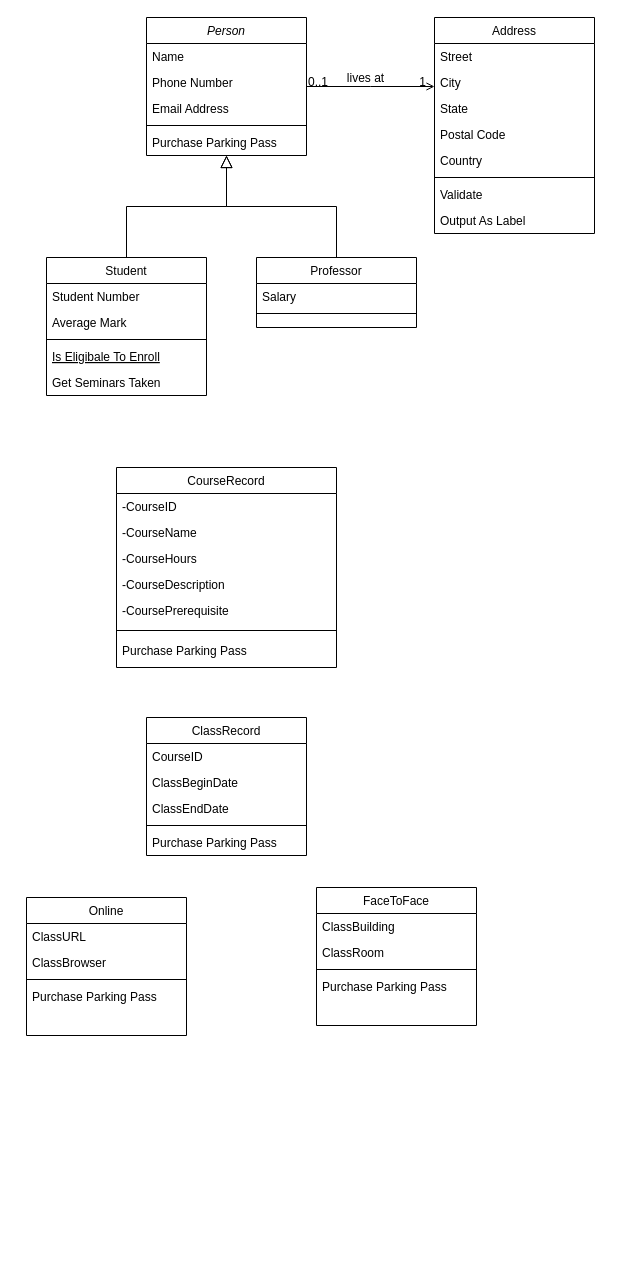
Above: 4-1-Assignment.drawio in kincaidtk901/Workspace (draw.io), before the change. Source tidied: cells renumbered, new cells numbered last; positions are measured from the earlier drawing's top-left corner, leaving out a move shared by most shapes. Both pictures are drawn from the tidied source at 100%, with x=0, y=0 at pixel (26, 17).
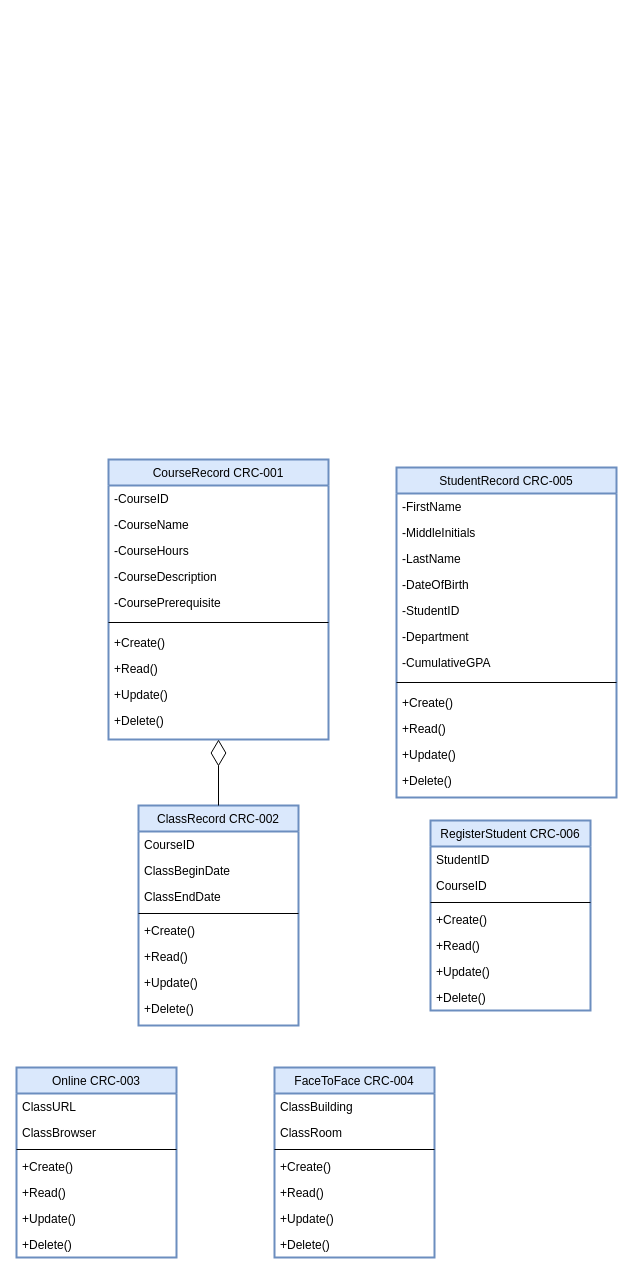
Above is the later version.

Change to the diagram source:
```diff
@@
-    <mxCell id="2" value="Person" style="swimlane;fontStyle=2;align=center;verticalAlign=top;horizontal=1;startSize=26;rounded=0;shadow=0;strokeWidth=1;" parent="1" vertex="1">
-      <mxGeometry x="120" width="160" height="138" as="geometry" />
-    </mxCell>
-    <mxCell id="3" value="Name" style="text;align=left;verticalAlign=top;spacingLeft=4;spacingRight=4;overflow=hidden;" parent="2" vertex="1">
-      <mxGeometry y="26" width="160" height="26" as="geometry" />
-    </mxCell>
-    <mxCell id="4" value="Phone Number" style="text;align=left;verticalAlign=top;spacingLeft=4;spacingRight=4;overflow=hidden;rounded=0;shadow=0;html=0;" parent="2" vertex="1">
-      <mxGeometry y="52" width="160" height="26" as="geometry" />
-    </mxCell>
-    <mxCell id="5" value="Email Address" style="text;align=left;verticalAlign=top;spacingLeft=4;spacingRight=4;overflow=hidden;rounded=0;shadow=0;html=0;" parent="2" vertex="1">
-      <mxGeometry y="78" width="160" height="26" as="geometry" />
-    </mxCell>
-    <mxCell id="6" style="line;html=1;strokeWidth=1;align=left;verticalAlign=middle;spacingTop=-1;spacingLeft=3;spacingRight=3;labelPosition=right;" parent="2" vertex="1">
-      <mxGeometry y="104" width="160" height="8" as="geometry" />
-    </mxCell>
-    <mxCell id="7" value="Purchase Parking Pass" style="text;align=left;verticalAlign=top;spacingLeft=4;spacingRight=4;overflow=hidden;" parent="2" vertex="1">
-      <mxGeometry y="112" width="160" height="26" as="geometry" />
-    </mxCell>
-    <mxCell id="8" value="Student" style="swimlane;fontStyle=0;align=center;verticalAlign=top;horizontal=1;startSize=26;rounded=0;shadow=0;strokeWidth=1;" parent="1" vertex="1">
-      <mxGeometry x="20" y="240" width="160" height="138" as="geometry" />
-    </mxCell>
-    <mxCell id="9" value="Student Number" style="text;align=left;verticalAlign=top;spacingLeft=4;spacingRight=4;overflow=hidden;" parent="8" vertex="1">
-      <mxGeometry y="26" width="160" height="26" as="geometry" />
-    </mxCell>
-    <mxCell id="10" value="Average Mark" style="text;align=left;verticalAlign=top;spacingLeft=4;spacingRight=4;overflow=hidden;rounded=0;shadow=0;html=0;" parent="8" vertex="1">
-      <mxGeometry y="52" width="160" height="26" as="geometry" />
-    </mxCell>
-    <mxCell id="11" style="line;html=1;strokeWidth=1;align=left;verticalAlign=middle;spacingTop=-1;spacingLeft=3;spacingRight=3;labelPosition=right;" parent="8" vertex="1">
-      <mxGeometry y="78" width="160" height="8" as="geometry" />
-    </mxCell>
-    <mxCell id="12" value="Is Eligibale To Enroll" style="text;align=left;verticalAlign=top;spacingLeft=4;spacingRight=4;overflow=hidden;fontStyle=4;" parent="8" vertex="1">
-      <mxGeometry y="86" width="160" height="26" as="geometry" />
-    </mxCell>
-    <mxCell id="13" value="Get Seminars Taken" style="text;align=left;verticalAlign=top;spacingLeft=4;spacingRight=4;overflow=hidden;" parent="8" vertex="1">
-      <mxGeometry y="112" width="160" height="26" as="geometry" />
-    </mxCell>
-    <mxCell id="14" style="endArrow=block;endSize=10;endFill=0;shadow=0;strokeWidth=1;rounded=0;edgeStyle=elbowEdgeStyle;elbow=vertical;" parent="1" edge="1" source="8" target="2">
-      <mxGeometry relative="1" as="geometry" />
-    </mxCell>
-    <mxCell id="15" value="Professor" style="swimlane;fontStyle=0;align=center;verticalAlign=top;horizontal=1;startSize=26;rounded=0;shadow=0;strokeWidth=1;" parent="1" vertex="1">
-      <mxGeometry x="230" y="240" width="160" height="70" as="geometry" />
-    </mxCell>
-    <mxCell id="16" value="Salary" style="text;align=left;verticalAlign=top;spacingLeft=4;spacingRight=4;overflow=hidden;" parent="15" vertex="1">
-      <mxGeometry y="26" width="160" height="26" as="geometry" />
-    </mxCell>
-    <mxCell id="17" style="line;html=1;strokeWidth=1;align=left;verticalAlign=middle;spacingTop=-1;spacingLeft=3;spacingRight=3;labelPosition=right;" parent="15" vertex="1">
-      <mxGeometry y="52" width="160" height="8" as="geometry" />
-    </mxCell>
-    <mxCell id="18" style="endArrow=block;endSize=10;endFill=0;shadow=0;strokeWidth=1;rounded=0;edgeStyle=elbowEdgeStyle;elbow=vertical;" parent="1" edge="1" source="15" target="2">
-      <mxGeometry relative="1" as="geometry" />
-    </mxCell>
-    <mxCell id="19" value="Address" style="swimlane;fontStyle=0;align=center;verticalAlign=top;horizontal=1;startSize=26;rounded=0;shadow=0;strokeWidth=1;" parent="1" vertex="1">
-      <mxGeometry x="408" width="160" height="216" as="geometry" />
-    </mxCell>
-    <mxCell id="20" value="Street" style="text;align=left;verticalAlign=top;spacingLeft=4;spacingRight=4;overflow=hidden;" parent="19" vertex="1">
-      <mxGeometry y="26" width="160" height="26" as="geometry" />
-    </mxCell>
-    <mxCell id="21" value="City" style="text;align=left;verticalAlign=top;spacingLeft=4;spacingRight=4;overflow=hidden;rounded=0;shadow=0;html=0;" parent="19" vertex="1">
-      <mxGeometry y="52" width="160" height="26" as="geometry" />
-    </mxCell>
-    <mxCell id="22" value="State" style="text;align=left;verticalAlign=top;spacingLeft=4;spacingRight=4;overflow=hidden;rounded=0;shadow=0;html=0;" parent="19" vertex="1">
-      <mxGeometry y="78" width="160" height="26" as="geometry" />
-    </mxCell>
-    <mxCell id="23" value="Postal Code" style="text;align=left;verticalAlign=top;spacingLeft=4;spacingRight=4;overflow=hidden;rounded=0;shadow=0;html=0;" parent="19" vertex="1">
-      <mxGeometry y="104" width="160" height="26" as="geometry" />
-    </mxCell>
-    <mxCell id="24" value="Country" style="text;align=left;verticalAlign=top;spacingLeft=4;spacingRight=4;overflow=hidden;rounded=0;shadow=0;html=0;" parent="19" vertex="1">
-      <mxGeometry y="130" width="160" height="26" as="geometry" />
-    </mxCell>
-    <mxCell id="25" style="line;html=1;strokeWidth=1;align=left;verticalAlign=middle;spacingTop=-1;spacingLeft=3;spacingRight=3;labelPosition=right;" parent="19" vertex="1">
-      <mxGeometry y="156" width="160" height="8" as="geometry" />
-    </mxCell>
-    <mxCell id="26" value="Validate" style="text;align=left;verticalAlign=top;spacingLeft=4;spacingRight=4;overflow=hidden;" parent="19" vertex="1">
-      <mxGeometry y="164" width="160" height="26" as="geometry" />
-    </mxCell>
-    <mxCell id="27" value="Output As Label" style="text;align=left;verticalAlign=top;spacingLeft=4;spacingRight=4;overflow=hidden;" parent="19" vertex="1">
-      <mxGeometry y="190" width="160" height="26" as="geometry" />
-    </mxCell>
-    <mxCell id="28" style="endArrow=open;shadow=0;strokeWidth=1;rounded=0;endFill=1;edgeStyle=elbowEdgeStyle;elbow=vertical;" parent="1" edge="1" source="2" target="19">
-      <mxGeometry x="0.5" y="41" relative="1" as="geometry">
-        <mxPoint x="-40" y="32" as="offset" />
-      </mxGeometry>
-    </mxCell>
-    <mxCell id="29" value="0..1" style="align=left;verticalAlign=bottom;labelBackgroundColor=none;fontSize=12;" parent="28" vertex="1">
-      <mxGeometry x="-1" relative="1" as="geometry">
-        <mxPoint y="4" as="offset" />
-      </mxGeometry>
-    </mxCell>
-    <mxCell id="30" value="1" style="align=right;verticalAlign=bottom;labelBackgroundColor=none;fontSize=12;" parent="28" vertex="1">
-      <mxGeometry x="1" relative="1" as="geometry">
-        <mxPoint x="-7" y="4" as="offset" />
-      </mxGeometry>
-    </mxCell>
-    <mxCell id="31" value="lives at" style="text;html=1;align=center;verticalAlign=middle;labelBackgroundColor=none;rounded=0;shadow=0;strokeWidth=1;fontSize=12;" parent="28" vertex="1">
-      <mxGeometry x="0.5" y="49" relative="1" as="geometry">
-        <mxPoint x="-38" y="40" as="offset" />
-      </mxGeometry>
-    </mxCell>
-    <mxCell id="32" value="ClassRecord" style="swimlane;fontStyle=0;align=center;verticalAlign=top;horizontal=1;startSize=26;rounded=0;shadow=0;strokeWidth=1;" parent="1" vertex="1">
-      <mxGeometry x="120" y="700" width="160" height="138" as="geometry" />
+    <mxCell id="32" value="ClassRecord CRC-002" style="swimlane;fontStyle=0;align=center;verticalAlign=top;horizontal=1;startSize=26;rounded=0;shadow=0;strokeWidth=2;fillColor=#dae8fc;strokeColor=#6c8ebf;" parent="1" vertex="1">
+      <mxGeometry x="112" y="788" width="160" height="220" as="geometry" />
     </mxCell>
@@
-    <mxCell id="37" value="Purchase Parking Pass" style="text;align=left;verticalAlign=top;spacingLeft=4;spacingRight=4;overflow=hidden;" parent="32" vertex="1">
+    <mxCell id="37" value="+Create()" style="text;align=left;verticalAlign=top;spacingLeft=4;spacingRight=4;overflow=hidden;" parent="32" vertex="1">
       <mxGeometry y="112" width="160" height="26" as="geometry" />
     </mxCell>
+    <mxCell id="56" value="+Read()" style="text;align=left;verticalAlign=top;spacingLeft=4;spacingRight=4;overflow=hidden;" parent="32" vertex="1">
+      <mxGeometry y="138" width="160" height="26" as="geometry" />
+    </mxCell>
+    <mxCell id="57" value="+Update()" style="text;align=left;verticalAlign=top;spacingLeft=4;spacingRight=4;overflow=hidden;" parent="32" vertex="1">
+      <mxGeometry y="164" width="160" height="26" as="geometry" />
+    </mxCell>
+    <mxCell id="58" value="+Delete()" style="text;align=left;verticalAlign=top;spacingLeft=4;spacingRight=4;overflow=hidden;" parent="32" vertex="1">
+      <mxGeometry y="190" width="160" height="26" as="geometry" />
+    </mxCell>
-    <mxCell id="38" value="CourseRecord" style="swimlane;fontStyle=0;align=center;verticalAlign=top;horizontal=1;startSize=26;rounded=0;shadow=0;strokeWidth=1;" parent="1" vertex="1">
-      <mxGeometry x="90" y="450" width="220" height="200" as="geometry" />
+    <mxCell id="38" value="CourseRecord CRC-001" style="swimlane;fontStyle=0;align=center;verticalAlign=top;horizontal=1;startSize=26;rounded=0;shadow=0;strokeWidth=2;fillColor=#dae8fc;strokeColor=#6c8ebf;" parent="1" vertex="1">
+      <mxGeometry x="82" y="442" width="220" height="280" as="geometry" />
     </mxCell>
@@
-    <mxCell id="45" value="Purchase Parking Pass" style="text;align=left;verticalAlign=top;spacingLeft=4;spacingRight=4;overflow=hidden;" parent="38" vertex="1">
+    <mxCell id="45" value="+Create()" style="text;align=left;verticalAlign=top;spacingLeft=4;spacingRight=4;overflow=hidden;" parent="38" vertex="1">
       <mxGeometry y="170" width="220" height="26" as="geometry" />
     </mxCell>
+    <mxCell id="59" value="+Read()" style="text;align=left;verticalAlign=top;spacingLeft=4;spacingRight=4;overflow=hidden;" parent="38" vertex="1">
+      <mxGeometry y="196" width="220" height="26" as="geometry" />
+    </mxCell>
+    <mxCell id="60" value="+Update()" style="text;align=left;verticalAlign=top;spacingLeft=4;spacingRight=4;overflow=hidden;" parent="38" vertex="1">
+      <mxGeometry y="222" width="220" height="26" as="geometry" />
+    </mxCell>
+    <mxCell id="61" value="+Delete()" style="text;align=left;verticalAlign=top;spacingLeft=4;spacingRight=4;overflow=hidden;" parent="38" vertex="1">
+      <mxGeometry y="248" width="220" height="26" as="geometry" />
+    </mxCell>
-    <mxCell id="46" value="Online" style="swimlane;fontStyle=0;align=center;verticalAlign=top;horizontal=1;startSize=26;rounded=0;shadow=0;strokeWidth=1;" parent="1" vertex="1">
-      <mxGeometry y="880" width="160" height="138" as="geometry" />
+    <mxCell id="46" value="Online CRC-003" style="swimlane;fontStyle=0;align=center;verticalAlign=top;horizontal=1;startSize=26;rounded=0;shadow=0;strokeWidth=2;fillColor=#dae8fc;strokeColor=#6c8ebf;" parent="1" vertex="1">
+      <mxGeometry x="-10" y="1050" width="160" height="190" as="geometry" />
     </mxCell>
@@
-    <mxCell id="50" value="Purchase Parking Pass" style="text;align=left;verticalAlign=top;spacingLeft=4;spacingRight=4;overflow=hidden;" parent="46" vertex="1">
+    <mxCell id="50" value="+Create()" style="text;align=left;verticalAlign=top;spacingLeft=4;spacingRight=4;overflow=hidden;" parent="46" vertex="1">
       <mxGeometry y="86" width="160" height="26" as="geometry" />
     </mxCell>
+    <mxCell id="62" value="+Read()" style="text;align=left;verticalAlign=top;spacingLeft=4;spacingRight=4;overflow=hidden;" parent="46" vertex="1">
+      <mxGeometry y="112" width="160" height="26" as="geometry" />
+    </mxCell>
+    <mxCell id="63" value="+Update()" style="text;align=left;verticalAlign=top;spacingLeft=4;spacingRight=4;overflow=hidden;" parent="46" vertex="1">
+      <mxGeometry y="138" width="160" height="26" as="geometry" />
+    </mxCell>
+    <mxCell id="64" value="+Delete()" style="text;align=left;verticalAlign=top;spacingLeft=4;spacingRight=4;overflow=hidden;" parent="46" vertex="1">
+      <mxGeometry y="164" width="160" height="26" as="geometry" />
+    </mxCell>
-    <mxCell id="51" value="FaceToFace" style="swimlane;fontStyle=0;align=center;verticalAlign=top;horizontal=1;startSize=26;rounded=0;shadow=0;strokeWidth=1;" parent="1" vertex="1">
-      <mxGeometry x="290" y="870" width="160" height="138" as="geometry" />
+    <mxCell id="51" value="FaceToFace CRC-004" style="swimlane;fontStyle=0;align=center;verticalAlign=top;horizontal=1;startSize=26;rounded=0;shadow=0;strokeWidth=2;fillColor=#dae8fc;strokeColor=#6c8ebf;" parent="1" vertex="1">
+      <mxGeometry x="248" y="1050" width="160" height="190" as="geometry" />
     </mxCell>
@@
-    <mxCell id="55" value="Purchase Parking Pass" style="text;align=left;verticalAlign=top;spacingLeft=4;spacingRight=4;overflow=hidden;" parent="51" vertex="1">
+    <mxCell id="55" value="+Create()" style="text;align=left;verticalAlign=top;spacingLeft=4;spacingRight=4;overflow=hidden;" parent="51" vertex="1">
       <mxGeometry y="86" width="160" height="26" as="geometry" />
     </mxCell>
+    <mxCell id="65" value="+Read()" style="text;align=left;verticalAlign=top;spacingLeft=4;spacingRight=4;overflow=hidden;" parent="51" vertex="1">
+      <mxGeometry y="112" width="160" height="26" as="geometry" />
+    </mxCell>
+    <mxCell id="66" value="+Update()" style="text;align=left;verticalAlign=top;spacingLeft=4;spacingRight=4;overflow=hidden;" parent="51" vertex="1">
+      <mxGeometry y="138" width="160" height="26" as="geometry" />
+    </mxCell>
+    <mxCell id="67" value="+Delete()" style="text;align=left;verticalAlign=top;spacingLeft=4;spacingRight=4;overflow=hidden;" parent="51" vertex="1">
+      <mxGeometry y="164" width="160" height="26" as="geometry" />
+    </mxCell>
+    <mxCell id="68" value="StudentRecord CRC-005" style="swimlane;fontStyle=0;align=center;verticalAlign=top;horizontal=1;startSize=26;rounded=0;shadow=0;strokeWidth=2;fillColor=#dae8fc;strokeColor=#6c8ebf;" parent="1" vertex="1">
+      <mxGeometry x="370" y="450" width="220" height="330" as="geometry" />
+    </mxCell>
+    <mxCell id="69" value="-FirstName" style="text;align=left;verticalAlign=top;spacingLeft=4;spacingRight=4;overflow=hidden;" parent="68" vertex="1">
+      <mxGeometry y="26" width="220" height="26" as="geometry" />
+    </mxCell>
+    <mxCell id="70" value="-MiddleInitials" style="text;align=left;verticalAlign=top;spacingLeft=4;spacingRight=4;overflow=hidden;rounded=0;shadow=0;html=0;" parent="68" vertex="1">
+      <mxGeometry y="52" width="220" height="26" as="geometry" />
+    </mxCell>
+    <mxCell id="71" value="-LastName" style="text;align=left;verticalAlign=top;spacingLeft=4;spacingRight=4;overflow=hidden;rounded=0;shadow=0;html=0;" parent="68" vertex="1">
+      <mxGeometry y="78" width="220" height="26" as="geometry" />
+    </mxCell>
+    <mxCell id="72" value="-DateOfBirth" style="text;align=left;verticalAlign=top;spacingLeft=4;spacingRight=4;overflow=hidden;rounded=0;shadow=0;html=0;" parent="68" vertex="1">
+      <mxGeometry y="104" width="220" height="26" as="geometry" />
+    </mxCell>
+    <mxCell id="73" value="-StudentID" style="text;align=left;verticalAlign=top;spacingLeft=4;spacingRight=4;overflow=hidden;rounded=0;shadow=0;html=0;" parent="68" vertex="1">
+      <mxGeometry y="130" width="220" height="26" as="geometry" />
+    </mxCell>
+    <mxCell id="74" value="-Department" style="text;align=left;verticalAlign=top;spacingLeft=4;spacingRight=4;overflow=hidden;" parent="68" vertex="1">
+      <mxGeometry y="156" width="220" height="26" as="geometry" />
+    </mxCell>
+    <mxCell id="75" value="-CumulativeGPA" style="text;align=left;verticalAlign=top;spacingLeft=4;spacingRight=4;overflow=hidden;" parent="68" vertex="1">
+      <mxGeometry y="182" width="220" height="26" as="geometry" />
+    </mxCell>
+    <mxCell id="76" style="line;html=1;strokeWidth=1;align=left;verticalAlign=middle;spacingTop=-1;spacingLeft=3;spacingRight=3;labelPosition=right;" parent="68" vertex="1">
+      <mxGeometry y="208" width="220" height="14" as="geometry" />
+    </mxCell>
+    <mxCell id="77" value="+Create()" style="text;align=left;verticalAlign=top;spacingLeft=4;spacingRight=4;overflow=hidden;" parent="68" vertex="1">
+      <mxGeometry y="222" width="220" height="26" as="geometry" />
+    </mxCell>
+    <mxCell id="78" value="+Read()" style="text;align=left;verticalAlign=top;spacingLeft=4;spacingRight=4;overflow=hidden;" parent="68" vertex="1">
+      <mxGeometry y="248" width="220" height="26" as="geometry" />
+    </mxCell>
+    <mxCell id="79" value="+Update()" style="text;align=left;verticalAlign=top;spacingLeft=4;spacingRight=4;overflow=hidden;" parent="68" vertex="1">
+      <mxGeometry y="274" width="220" height="26" as="geometry" />
+    </mxCell>
+    <mxCell id="80" value="+Delete()" style="text;align=left;verticalAlign=top;spacingLeft=4;spacingRight=4;overflow=hidden;" parent="68" vertex="1">
+      <mxGeometry y="300" width="220" height="26" as="geometry" />
+    </mxCell>
+    <mxCell id="81" style="endArrow=diamondThin;endFill=0;endSize=24;html=1;entryX=0.5;entryY=1;entryDx=0;entryDy=0;exitX=0.5;exitY=0;exitDx=0;exitDy=0;" parent="1" edge="1" source="32" target="38">
+      <mxGeometry relative="1" as="geometry" />
+    </mxCell>
+    <mxCell id="82" value="RegisterStudent CRC-006" style="swimlane;fontStyle=0;align=center;verticalAlign=top;horizontal=1;startSize=26;rounded=0;shadow=0;strokeWidth=2;fillColor=#dae8fc;strokeColor=#6c8ebf;" parent="1" vertex="1">
+      <mxGeometry x="404" y="803" width="160" height="190" as="geometry" />
+    </mxCell>
+    <mxCell id="83" value="StudentID" style="text;align=left;verticalAlign=top;spacingLeft=4;spacingRight=4;overflow=hidden;" parent="82" vertex="1">
+      <mxGeometry y="26" width="160" height="26" as="geometry" />
+    </mxCell>
+    <mxCell id="84" value="CourseID" style="text;align=left;verticalAlign=top;spacingLeft=4;spacingRight=4;overflow=hidden;rounded=0;shadow=0;html=0;" parent="82" vertex="1">
+      <mxGeometry y="52" width="160" height="26" as="geometry" />
+    </mxCell>
+    <mxCell id="11" style="line;html=1;strokeWidth=1;align=left;verticalAlign=middle;spacingTop=-1;spacingLeft=3;spacingRight=3;labelPosition=right;" parent="82" vertex="1">
+      <mxGeometry y="78" width="160" height="8" as="geometry" />
+    </mxCell>
+    <mxCell id="85" value="+Create()" style="text;align=left;verticalAlign=top;spacingLeft=4;spacingRight=4;overflow=hidden;" parent="82" vertex="1">
+      <mxGeometry y="86" width="160" height="26" as="geometry" />
+    </mxCell>
+    <mxCell id="86" value="+Read()" style="text;align=left;verticalAlign=top;spacingLeft=4;spacingRight=4;overflow=hidden;" parent="82" vertex="1">
+      <mxGeometry y="112" width="160" height="26" as="geometry" />
+    </mxCell>
+    <mxCell id="87" value="+Update()" style="text;align=left;verticalAlign=top;spacingLeft=4;spacingRight=4;overflow=hidden;" parent="82" vertex="1">
+      <mxGeometry y="138" width="160" height="26" as="geometry" />
+    </mxCell>
+    <mxCell id="88" value="+Delete()" style="text;align=left;verticalAlign=top;spacingLeft=4;spacingRight=4;overflow=hidden;" parent="82" vertex="1">
+      <mxGeometry y="164" width="160" height="26" as="geometry" />
+    </mxCell>
```
